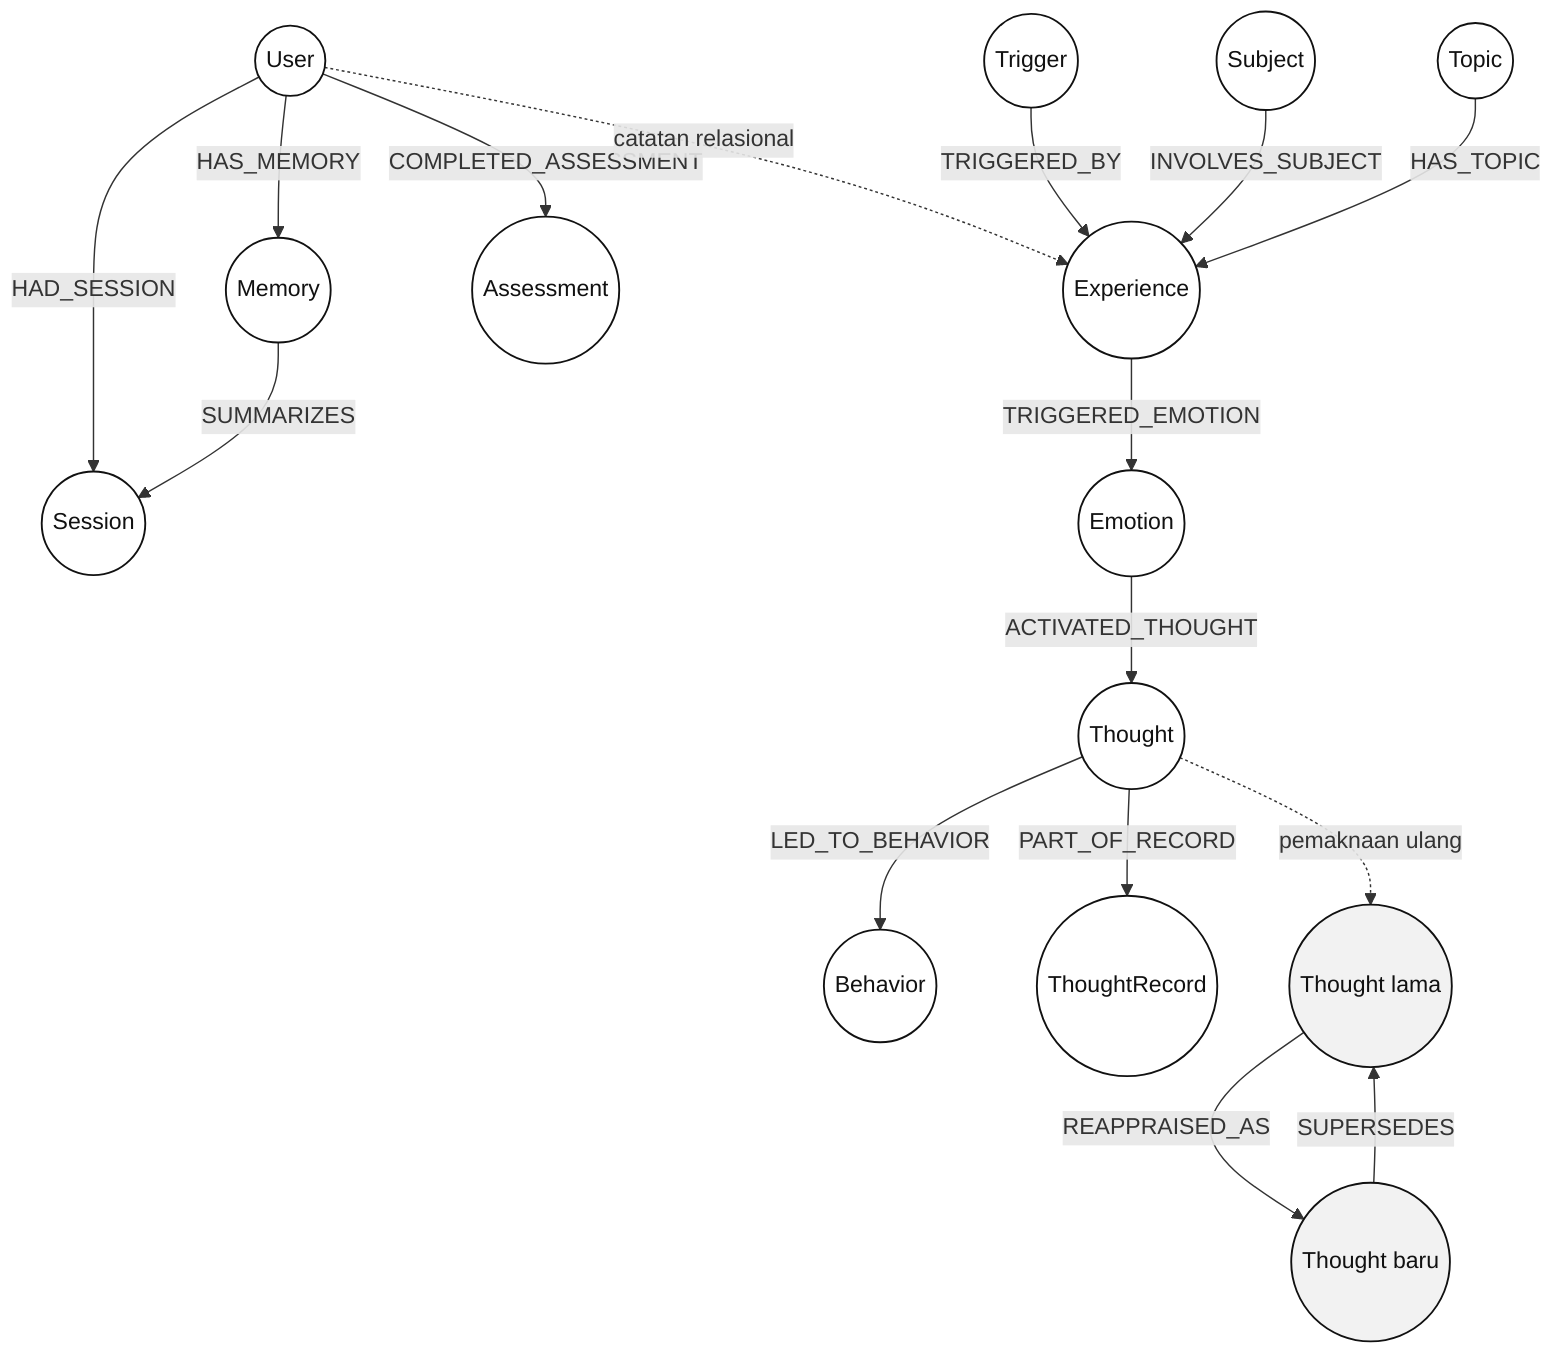
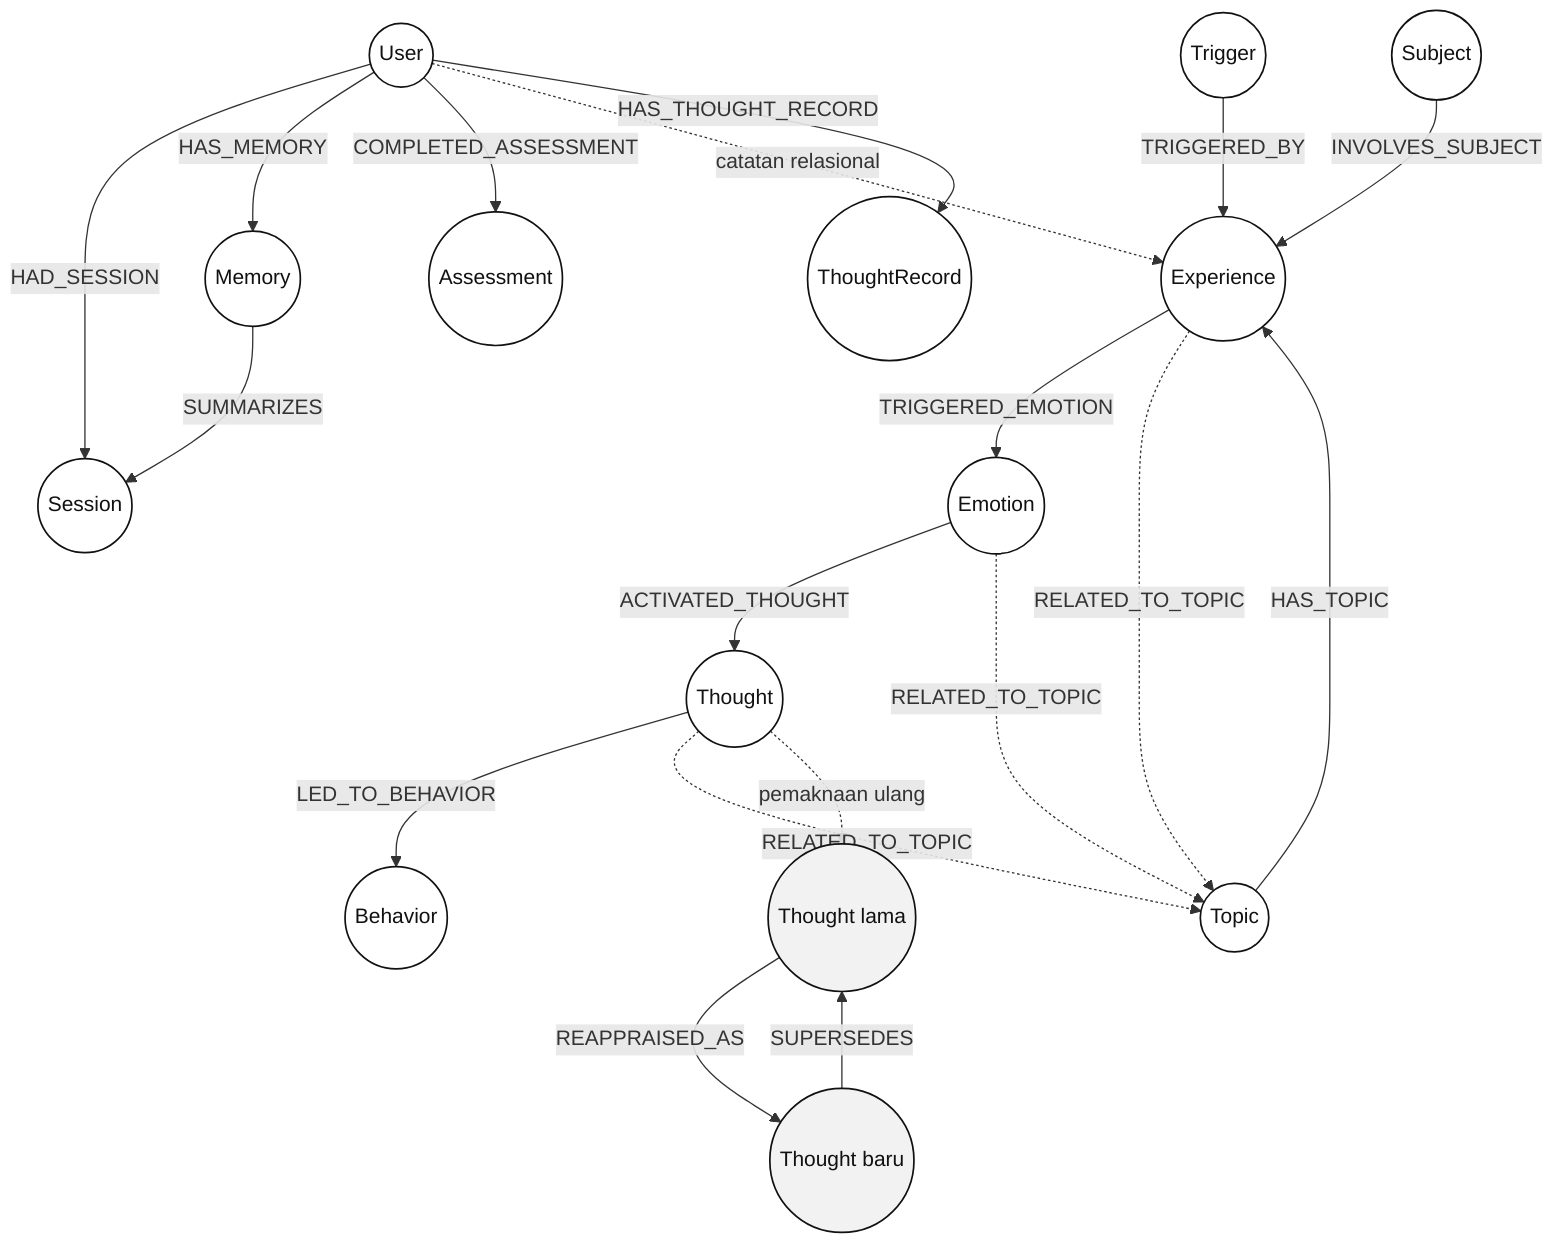
flowchart TB
    U((User)) -->|HAD_SESSION| S((Session))
    U -->|HAS_MEMORY| M((Memory))
    U -->|COMPLETED_ASSESSMENT| A((Assessment))
    M -->|SUMMARIZES| S

    TRG((Trigger)) -->|TRIGGERED_BY| EXP((Experience))
    SUB((Subject)) -->|INVOLVES_SUBJECT| EXP
    TOP((Topic)) -->|HAS_TOPIC| EXP
    U -. catatan relasional .-> EXP
    EXP -->|TRIGGERED_EMOTION| EMO((Emotion))
    EMO -->|ACTIVATED_THOUGHT| TH((Thought))
    TH -->|LED_TO_BEHAVIOR| BEH((Behavior))
-     TH -->|PART_OF_RECORD| REC((ThoughtRecord))
+     U -->|HAS_THOUGHT_RECORD| REC((ThoughtRecord))
+     EXP -.->|RELATED_TO_TOPIC| TOP
+     EMO -.->|RELATED_TO_TOPIC| TOP
+     TH -.->|RELATED_TO_TOPIC| TOP
    TH -. pemaknaan ulang .-> OLD((Thought lama))
    OLD -->|REAPPRAISED_AS| NEW((Thought baru))
    NEW -->|SUPERSEDES| OLD

    classDef core fill:#ffffff,stroke:#111111,stroke-width:1.3px,color:#111111;
    classDef lifecycle fill:#f2f2f2,stroke:#111111,stroke-width:1.3px,color:#111111;
    class U,S,M,A,TRG,SUB,TOP,EXP,EMO,TH,BEH,REC core;
    class OLD,NEW lifecycle;
